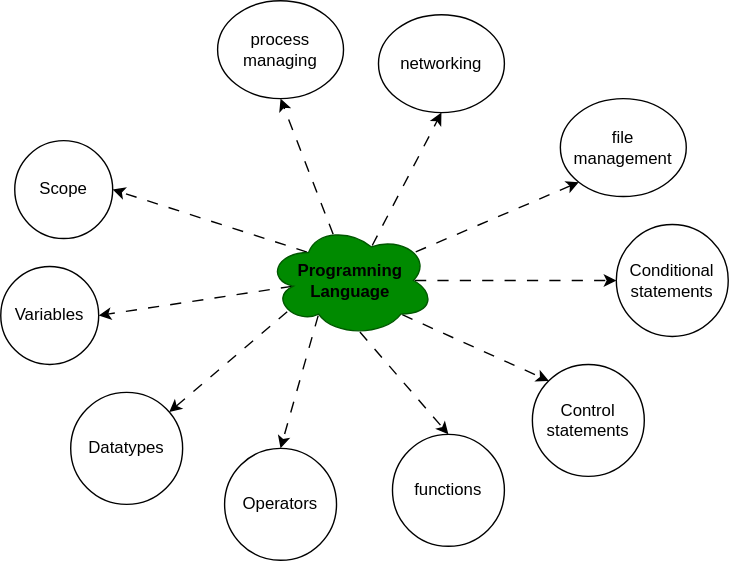
The draw.io diagram ⭐programming-langs/pl.svg in knkrn5/Programming-Concepts, before a commit. Source tidied: cells renumbered, new cells last; positions are measured from the earlier drawing's top-left corner, leaving out a move shared by most shapes.
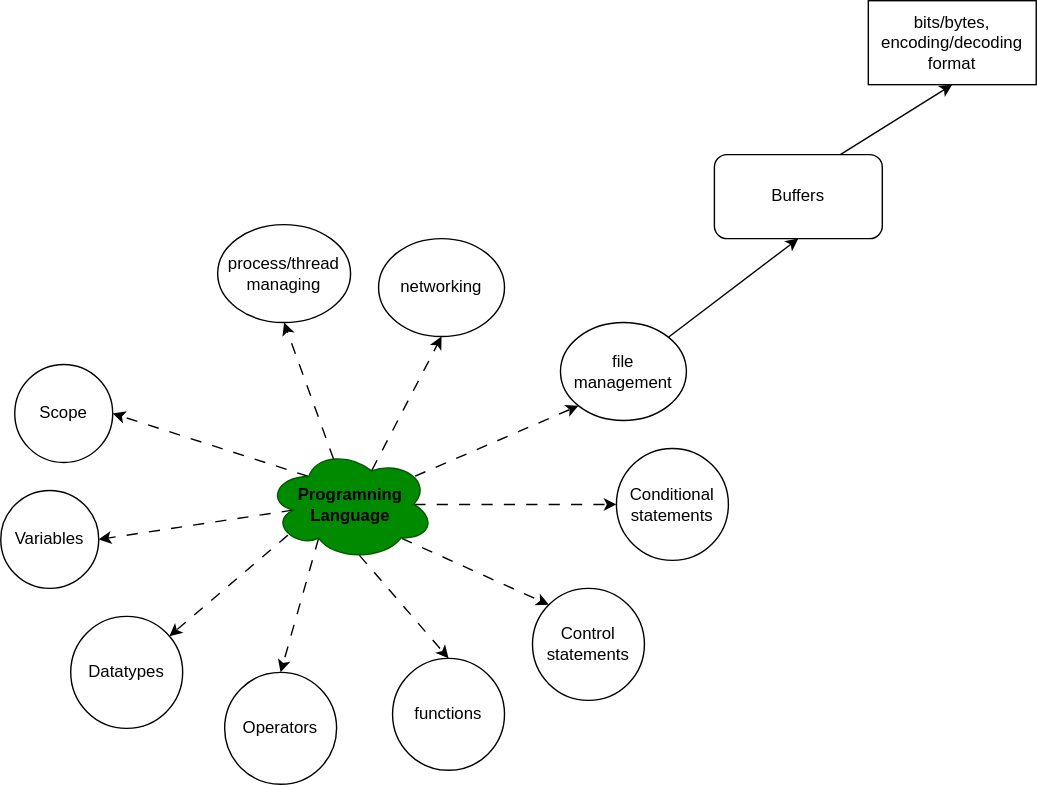
After the change.

Commit message:
Add buffer diagram and SVG representation for real-time events concept

Diff of the diagram source:
```diff
@@ -50,14 +50,17 @@
     <mxCell id="17" value="Conditional&lt;div&gt;statements&lt;/div&gt;" style="ellipse;whiteSpace=wrap;html=1;" parent="1" vertex="1">
       <mxGeometry x="440" y="160" width="80" height="80" as="geometry" />
     </mxCell>
+    <mxCell id="23" style="edgeStyle=none;html=1;exitX=1;exitY=0;exitDx=0;exitDy=0;entryX=0.5;entryY=1;entryDx=0;entryDy=0;" parent="1" edge="1" source="18" target="24">
+      <mxGeometry relative="1" as="geometry" />
+    </mxCell>
     <mxCell id="18" value="file&lt;div&gt;management&lt;/div&gt;" style="ellipse;whiteSpace=wrap;html=1;" parent="1" vertex="1">
       <mxGeometry x="400" y="70" width="90" height="70" as="geometry" />
     </mxCell>
     <mxCell id="19" value="networking" style="ellipse;whiteSpace=wrap;html=1;" parent="1" vertex="1">
       <mxGeometry x="270" y="10" width="90" height="70" as="geometry" />
     </mxCell>
-    <mxCell id="20" value="process&lt;div&gt;managing&lt;/div&gt;" style="ellipse;whiteSpace=wrap;html=1;" parent="1" vertex="1">
-      <mxGeometry x="155" width="90" height="70" as="geometry" />
+    <mxCell id="20" value="process/thread&lt;div&gt;managing&lt;/div&gt;" style="ellipse;whiteSpace=wrap;html=1;" parent="1" vertex="1">
+      <mxGeometry x="155" width="95" height="70" as="geometry" />
     </mxCell>
     <mxCell id="21" style="html=1;exitX=0.55;exitY=0.95;exitDx=0;exitDy=0;exitPerimeter=0;entryX=0.5;entryY=0;entryDx=0;entryDy=0;flowAnimation=1;" parent="1" edge="1" source="12" target="15">
       <mxGeometry relative="1" as="geometry" />
@@ -65,5 +68,14 @@
     <mxCell id="22" style="edgeStyle=none;html=1;exitX=0.88;exitY=0.25;exitDx=0;exitDy=0;exitPerimeter=0;entryX=0;entryY=1;entryDx=0;entryDy=0;flowAnimation=1;" parent="1" edge="1" source="12" target="18">
       <mxGeometry relative="1" as="geometry" />
     </mxCell>
+    <mxCell id="24" value="Buffers" style="rounded=1;whiteSpace=wrap;html=1;" parent="1" vertex="1">
+      <mxGeometry x="510" y="-50" width="120" height="60" as="geometry" />
+    </mxCell>
+    <mxCell id="25" value="bits/bytes, encoding/decoding format" style="whiteSpace=wrap;html=1;" parent="1" vertex="1">
+      <mxGeometry x="620" y="-160" width="120" height="60" as="geometry" />
+    </mxCell>
+    <mxCell id="26" style="edgeStyle=none;html=1;exitX=0.75;exitY=0;exitDx=0;exitDy=0;entryX=0.5;entryY=1;entryDx=0;entryDy=0;" parent="1" edge="1" source="24" target="25">
+      <mxGeometry relative="1" as="geometry" />
+    </mxCell>
   </root>
 </mxGraphModel>
```
